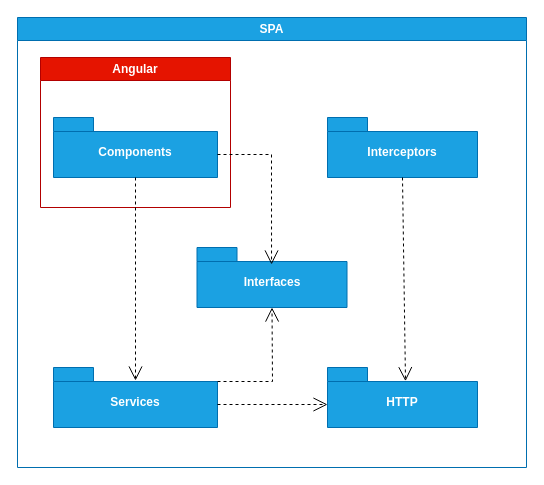
Before: docs/L3/SPA/Implementation_View.drawio in Rodrick0209/ISEP-SEM5PI-24-25, a draw.io diagram. Source tidied: cells renumbered, new cells numbered last; positions are measured from the earlier drawing's top-left corner, leaving out a move shared by most shapes. Both pictures are drawn from the tidied source at 100%, with x=0, y=0 at pixel (17, 17).
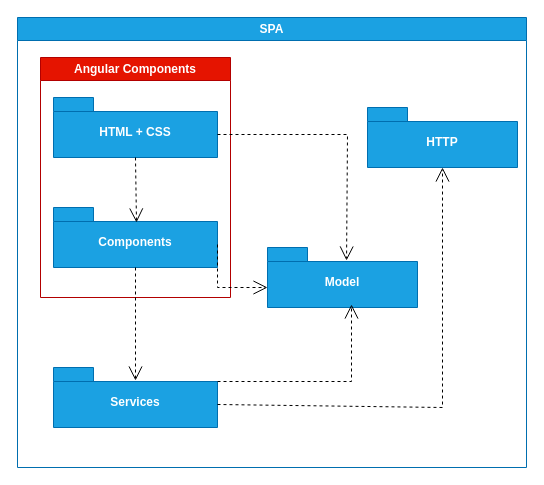
The same page after the edit.

Unchanged cells that the change refers to:
```xml
<mxCell id="2" value="SPA" style="swimlane;whiteSpace=wrap;html=1;fillColor=#1ba1e2;fontColor=#ffffff;strokeColor=#006EAF;" parent="1" vertex="1">
  <mxGeometry width="509" height="450" as="geometry" />
</mxCell>
<mxCell id="5" value="Services" style="shape=folder;fontStyle=1;spacingTop=10;tabWidth=40;tabHeight=14;tabPosition=left;html=1;whiteSpace=wrap;fillColor=#1ba1e2;fontColor=#ffffff;strokeColor=#006EAF;" parent="2" vertex="1">
  <mxGeometry x="36" y="350" width="164" height="60" as="geometry" />
</mxCell>
```

The edit, as a diff of the source:
```diff
@@
-    <mxCell id="3" value="Angular" style="swimlane;whiteSpace=wrap;html=1;fillColor=#e51400;fontColor=#ffffff;strokeColor=#B20000;" parent="2" vertex="1">
-      <mxGeometry x="23" y="40" width="190" height="150" as="geometry" />
+    <mxCell id="3" value="Angular Components" style="swimlane;whiteSpace=wrap;html=1;fillColor=#e51400;fontColor=#ffffff;strokeColor=#B20000;" parent="2" vertex="1">
+      <mxGeometry x="23" y="40" width="190" height="240" as="geometry" />
     </mxCell>
     <mxCell id="4" value="Components" style="shape=folder;fontStyle=1;spacingTop=10;tabWidth=40;tabHeight=14;tabPosition=left;html=1;whiteSpace=wrap;fillColor=#1ba1e2;fontColor=#ffffff;strokeColor=#006EAF;" parent="3" vertex="1">
-      <mxGeometry x="13" y="60" width="164" height="60" as="geometry" />
+      <mxGeometry x="13" y="150" width="164" height="60" as="geometry" />
     </mxCell>
+    <mxCell id="14" value="HTML + CSS" style="shape=folder;fontStyle=1;spacingTop=10;tabWidth=40;tabHeight=14;tabPosition=left;html=1;whiteSpace=wrap;fillColor=#1ba1e2;fontColor=#ffffff;strokeColor=#006EAF;" parent="3" vertex="1">
+      <mxGeometry x="13" y="40" width="164" height="60" as="geometry" />
+    </mxCell>
+    <mxCell id="15" style="endArrow=open;endSize=12;dashed=1;html=1;rounded=0;exitX=0.5;exitY=1;exitDx=0;exitDy=0;exitPerimeter=0;entryX=0.506;entryY=0.25;entryDx=0;entryDy=0;entryPerimeter=0;" parent="3" edge="1" source="14" target="4">
+      <mxGeometry relative="1" as="geometry" />
+    </mxCell>
@@
-    <mxCell id="7" value="Interceptors" style="shape=folder;fontStyle=1;spacingTop=10;tabWidth=40;tabHeight=14;tabPosition=left;html=1;whiteSpace=wrap;fillColor=#1ba1e2;fontColor=#ffffff;strokeColor=#006EAF;" parent="2" vertex="1">
-      <mxGeometry x="310" y="100" width="150" height="60" as="geometry" />
-    </mxCell>
     <mxCell id="8" value="HTTP" style="shape=folder;fontStyle=1;spacingTop=10;tabWidth=40;tabHeight=14;tabPosition=left;html=1;whiteSpace=wrap;fillColor=#1ba1e2;fontColor=#ffffff;strokeColor=#006EAF;" parent="2" vertex="1">
-      <mxGeometry x="310" y="350" width="150" height="60" as="geometry" />
+      <mxGeometry x="350" y="90" width="150" height="60" as="geometry" />
     </mxCell>
-    <mxCell id="9" value="Interfaces" style="shape=folder;fontStyle=1;spacingTop=10;tabWidth=40;tabHeight=14;tabPosition=left;html=1;whiteSpace=wrap;fillColor=#1ba1e2;fontColor=#ffffff;strokeColor=#006EAF;" parent="2" vertex="1">
-      <mxGeometry x="179.5" y="230" width="150" height="60" as="geometry" />
+    <mxCell id="9" value="Model" style="shape=folder;fontStyle=1;spacingTop=10;tabWidth=40;tabHeight=14;tabPosition=left;html=1;whiteSpace=wrap;fillColor=#1ba1e2;fontColor=#ffffff;strokeColor=#006EAF;" parent="2" vertex="1">
+      <mxGeometry x="250" y="230" width="150" height="60" as="geometry" />
     </mxCell>
-    <mxCell id="10" style="endArrow=open;endSize=12;dashed=1;html=1;rounded=0;exitX=0;exitY=0;exitDx=164;exitDy=37;exitPerimeter=0;entryX=0.497;entryY=0.283;entryDx=0;entryDy=0;entryPerimeter=0;" parent="2" edge="1" source="4" target="9">
+    <mxCell id="10" style="endArrow=open;endSize=12;dashed=1;html=1;rounded=0;exitX=0;exitY=0;exitDx=164;exitDy=37;exitPerimeter=0;" parent="2" edge="1" source="4">
       <mxGeometry relative="1" as="geometry">
+        <mxPoint x="250" y="270" as="targetPoint" />
         <Array as="points">
-          <mxPoint x="254" y="137" />
+          <mxPoint x="200" y="270" />
         </Array>
       </mxGeometry>
     </mxCell>
-    <mxCell id="11" style="endArrow=open;endSize=12;dashed=1;html=1;rounded=0;exitX=0.5;exitY=1;exitDx=0;exitDy=0;exitPerimeter=0;entryX=0.52;entryY=0.228;entryDx=0;entryDy=0;entryPerimeter=0;" parent="2" edge="1" source="7" target="8">
-      <mxGeometry relative="1" as="geometry" />
-    </mxCell>
-    <mxCell id="12" style="endArrow=open;endSize=12;dashed=1;html=1;rounded=0;entryX=0.5;entryY=1;entryDx=0;entryDy=0;entryPerimeter=0;exitX=0;exitY=0;exitDx=164;exitDy=14;exitPerimeter=0;" parent="2" edge="1" source="5" target="9">
+    <mxCell id="12" style="endArrow=open;endSize=12;dashed=1;html=1;rounded=0;entryX=0.56;entryY=0.95;entryDx=0;entryDy=0;entryPerimeter=0;exitX=0;exitY=0;exitDx=164;exitDy=14;exitPerimeter=0;" parent="2" edge="1" source="5" target="9">
       <mxGeometry relative="1" as="geometry">
         <Array as="points">
-          <mxPoint x="255" y="364" />
+          <mxPoint x="334" y="364" />
         </Array>
       </mxGeometry>
     </mxCell>
-    <mxCell id="13" style="endArrow=open;endSize=12;dashed=1;html=1;rounded=0;entryX=0;entryY=0;entryDx=0;entryDy=37;entryPerimeter=0;exitX=0;exitY=0;exitDx=164;exitDy=37;exitPerimeter=0;" parent="2" edge="1" source="5" target="8">
-      <mxGeometry relative="1" as="geometry" />
+    <mxCell id="13" style="endArrow=open;endSize=12;dashed=1;html=1;rounded=0;entryX=0.5;entryY=1;entryDx=0;entryDy=0;entryPerimeter=0;exitX=0;exitY=0;exitDx=164;exitDy=37;exitPerimeter=0;" parent="2" edge="1" source="5" target="8">
+      <mxGeometry relative="1" as="geometry">
+        <Array as="points">
+          <mxPoint x="425" y="390" />
+        </Array>
+      </mxGeometry>
     </mxCell>
+    <mxCell id="16" style="endArrow=open;endSize=12;dashed=1;html=1;rounded=0;exitX=0;exitY=0;exitDx=164;exitDy=37;exitPerimeter=0;entryX=0.527;entryY=0.217;entryDx=0;entryDy=0;entryPerimeter=0;" parent="2" edge="1" source="14" target="9">
+      <mxGeometry relative="1" as="geometry">
+        <Array as="points">
+          <mxPoint x="330" y="117" />
+        </Array>
+      </mxGeometry>
+    </mxCell>
```
